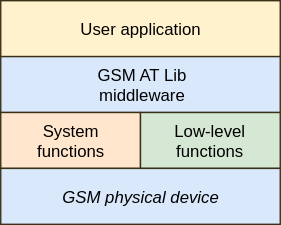
This is docs/static/images/system_structure.svg from MaJerle/lwcell, a draw.io export, as it was before one commit. Source tidied: cells renumbered, new cells last; positions are measured from the earlier drawing's top-left corner, leaving out a move shared by most shapes. Source of this version:
```xml
<mxGraphModel background="#ffffff">
  <root>
    <mxCell id="0" />
    <mxCell id="1" parent="0" />
    <mxCell id="2" value="User application" style="rounded=0;whiteSpace=wrap;html=1;fillColor=#fff2cc;strokeColor=#383017;fontSize=12;" parent="1" vertex="1">
      <mxGeometry width="200" height="40" as="geometry" />
    </mxCell>
    <mxCell id="3" value="GSM AT Lib&lt;br&gt;middleware" style="rounded=0;whiteSpace=wrap;html=1;fillColor=#dae8fc;strokeColor=#383017;" parent="1" vertex="1">
      <mxGeometry y="40" width="200" height="40" as="geometry" />
    </mxCell>
    <mxCell id="4" value="System&lt;br&gt;functions" style="rounded=0;whiteSpace=wrap;html=1;fillColor=#ffe6cc;strokeColor=#383017;" parent="1" vertex="1">
      <mxGeometry y="80" width="100" height="40" as="geometry" />
    </mxCell>
    <mxCell id="5" value="Low-level functions" style="rounded=0;whiteSpace=wrap;html=1;fillColor=#d5e8d4;strokeColor=#383017;" parent="1" vertex="1">
      <mxGeometry x="100" y="80" width="100" height="40" as="geometry" />
    </mxCell>
    <mxCell id="6" value="&lt;i&gt;GSM physical device&lt;/i&gt;" style="rounded=0;whiteSpace=wrap;html=1;fillColor=#dae8fc;strokeColor=#383017;" parent="1" vertex="1">
      <mxGeometry y="120" width="200" height="40" as="geometry" />
    </mxCell>
  </root>
</mxGraphModel>
```
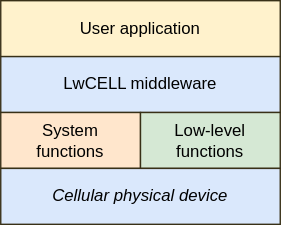
After the commit.

Diff of the diagram source:
```diff
@@ -5,7 +5,7 @@
     <mxCell id="2" value="User application" style="rounded=0;whiteSpace=wrap;html=1;fillColor=#fff2cc;strokeColor=#383017;fontSize=12;" parent="1" vertex="1">
       <mxGeometry width="200" height="40" as="geometry" />
     </mxCell>
-    <mxCell id="3" value="GSM AT Lib&lt;br&gt;middleware" style="rounded=0;whiteSpace=wrap;html=1;fillColor=#dae8fc;strokeColor=#383017;" parent="1" vertex="1">
+    <mxCell id="3" value="LwCELL middleware" style="rounded=0;whiteSpace=wrap;html=1;fillColor=#dae8fc;strokeColor=#383017;" parent="1" vertex="1">
       <mxGeometry y="40" width="200" height="40" as="geometry" />
     </mxCell>
     <mxCell id="4" value="System&lt;br&gt;functions" style="rounded=0;whiteSpace=wrap;html=1;fillColor=#ffe6cc;strokeColor=#383017;" parent="1" vertex="1">
@@ -14,7 +14,7 @@
     <mxCell id="5" value="Low-level functions" style="rounded=0;whiteSpace=wrap;html=1;fillColor=#d5e8d4;strokeColor=#383017;" parent="1" vertex="1">
       <mxGeometry x="100" y="80" width="100" height="40" as="geometry" />
     </mxCell>
-    <mxCell id="6" value="&lt;i&gt;GSM physical device&lt;/i&gt;" style="rounded=0;whiteSpace=wrap;html=1;fillColor=#dae8fc;strokeColor=#383017;" parent="1" vertex="1">
+    <mxCell id="6" value="&lt;i&gt;Cellular physical device&lt;/i&gt;" style="rounded=0;whiteSpace=wrap;html=1;fillColor=#dae8fc;strokeColor=#383017;" parent="1" vertex="1">
       <mxGeometry y="120" width="200" height="40" as="geometry" />
     </mxCell>
   </root>
```
